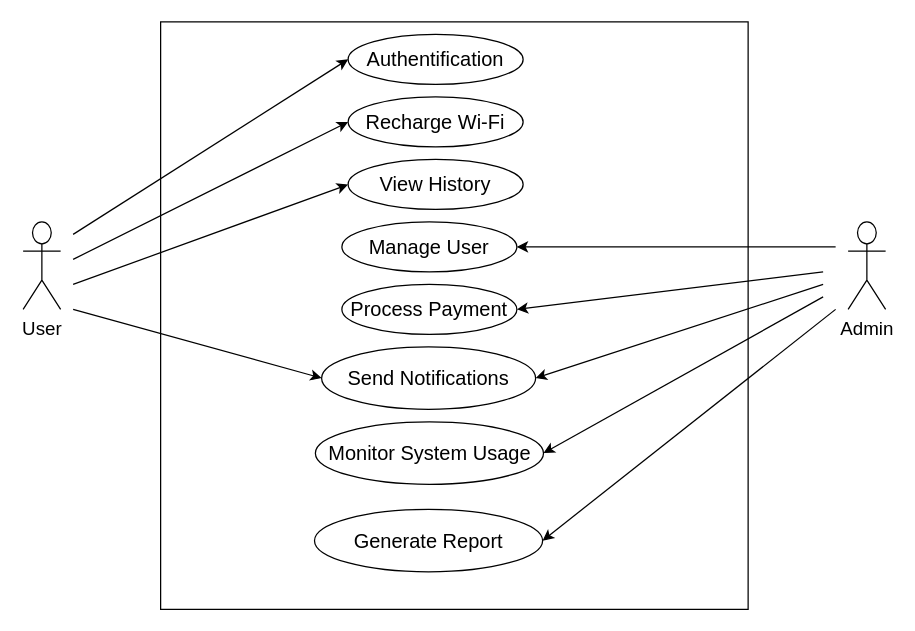
Before: UseCase.drawio in LeloKarma/website, a draw.io diagram. Source tidied: cells renumbered, new cells numbered last; positions are measured from the earlier drawing's top-left corner, leaving out a move shared by most shapes. Both pictures are drawn from the tidied source at 125%, with x=0, y=0 at pixel (22, 21).
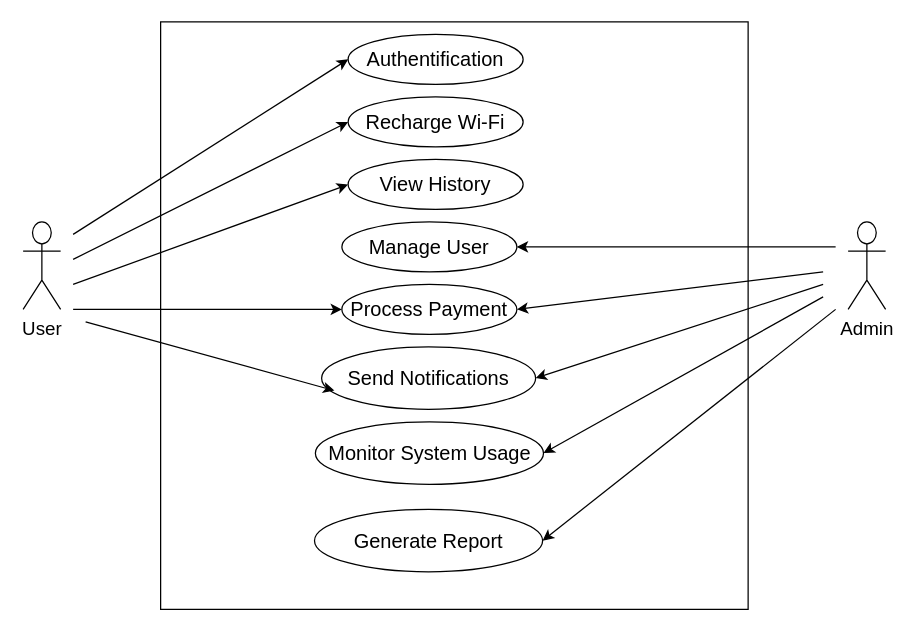
After the change.

The change refers to these unchanged cells:
```xml
<mxCell id="10" value="&lt;span style=&quot;font-size: 16px;&quot;&gt;Process Payment&lt;/span&gt;" style="ellipse;whiteSpace=wrap;html=1;" parent="1" vertex="1">
  <mxGeometry x="255" y="210" width="140" height="40" as="geometry" />
</mxCell>
<mxCell id="11" value="&lt;span style=&quot;font-size: 16px;&quot;&gt;Send Notifications&lt;/span&gt;" style="ellipse;whiteSpace=wrap;html=1;" parent="1" vertex="1">
  <mxGeometry x="238.8" y="260" width="171.2" height="50" as="geometry" />
</mxCell>
```

What changed in the source:
```diff
@@
-    <mxCell id="18" style="endArrow=classic;html=1;rounded=0;entryX=0;entryY=0.5;entryDx=0;entryDy=0;" parent="1" edge="1" target="11">
+    <mxCell id="18" style="endArrow=classic;html=1;rounded=0;entryX=0;entryY=0.5;entryDx=0;entryDy=0;" parent="1" edge="1" target="10">
       <mxGeometry relative="1" as="geometry">
         <mxPoint x="40" y="230" as="sourcePoint" />
       </mxGeometry>
     </mxCell>
@@
+    <mxCell id="22" style="endArrow=classic;html=1;rounded=0;entryX=0;entryY=0.5;entryDx=0;entryDy=0;" parent="1" edge="1">
+      <mxGeometry relative="1" as="geometry">
+        <mxPoint x="50" y="240" as="sourcePoint" />
+        <mxPoint x="249" y="295" as="targetPoint" />
+      </mxGeometry>
+    </mxCell>
```
